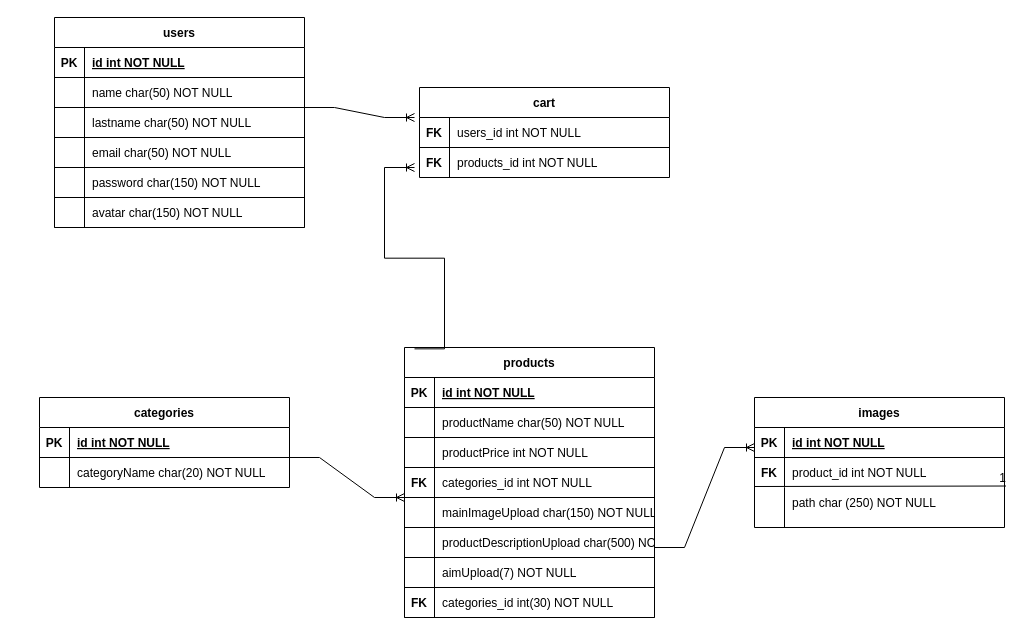
The draw.io diagram design/Untitled Diagram.drawio in sacifuentespa/grupo_8_ECommerce, before the edit. Source tidied: cells renumbered, new cells numbered last; positions are measured from the earlier drawing's top-left corner, leaving out a move shared by most shapes. Both pictures are drawn from the tidied source at 100%, with x=0, y=0 at pixel (39, 17).
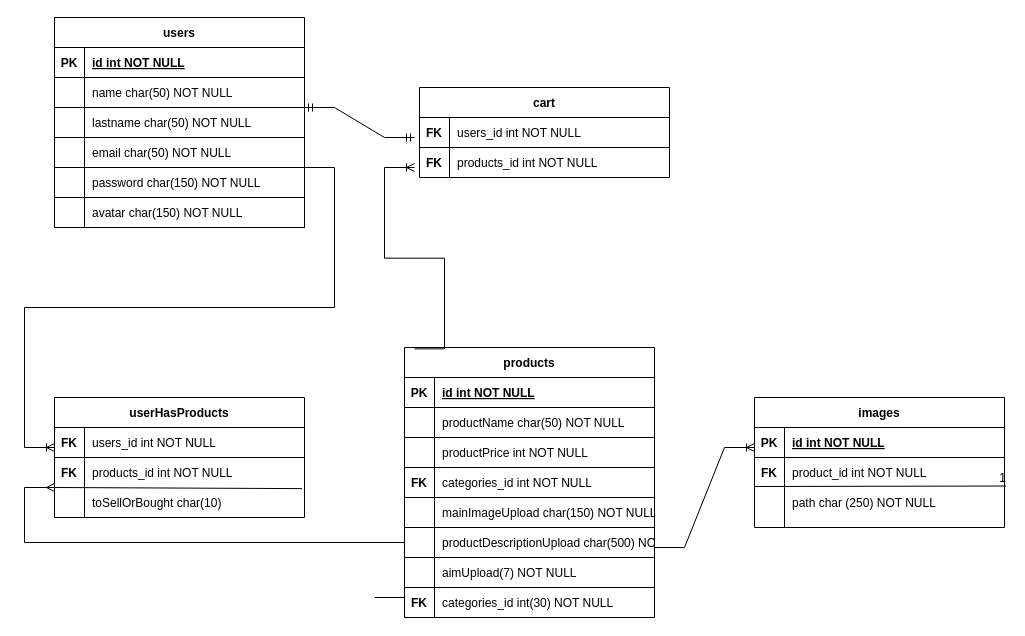
After the change.

What changed in the source:
```diff
@@
-    <mxCell id="46" value="categories" style="shape=table;startSize=30;childLayout=tableLayout;rowLines=0;fontStyle=1;align=center;" parent="1" vertex="1">
-      <mxGeometry y="380" width="250" height="90" as="geometry" />
-    </mxCell>
-    <mxCell id="47" style="shape=partialRectangle;fillColor=none;top=0;left=0;right=0;bottom=1;" parent="46" vertex="1">
-      <mxGeometry y="30" width="250" height="30" as="geometry" />
-    </mxCell>
-    <mxCell id="48" value="PK" style="shape=partialRectangle;overflow=hidden;fillColor=none;top=0;left=0;bottom=0;right=0;fontStyle=1;" parent="47" vertex="1">
-      <mxGeometry width="30" height="30" as="geometry" />
-    </mxCell>
-    <mxCell id="49" value="id int NOT NULL " style="shape=partialRectangle;overflow=hidden;fillColor=none;top=0;left=0;bottom=0;right=0;align=left;spacingLeft=6;fontStyle=5;" parent="47" vertex="1">
-      <mxGeometry x="30" width="220" height="30" as="geometry" />
-    </mxCell>
-    <mxCell id="50" style="shape=partialRectangle;fillColor=none;points=[[0,0.5],[1,0.5]];portConstraint=eastwest;top=0;left=0;right=0;bottom=0;" parent="46" vertex="1">
-      <mxGeometry y="60" width="250" height="30" as="geometry" />
-    </mxCell>
-    <mxCell id="51" style="shape=partialRectangle;overflow=hidden;fillColor=none;top=0;left=0;bottom=0;right=0;" parent="50" vertex="1">
-      <mxGeometry width="30" height="30" as="geometry" />
-    </mxCell>
-    <mxCell id="52" value="categoryName char(20) NOT NULL" style="shape=partialRectangle;overflow=hidden;fillColor=none;top=0;left=0;bottom=0;right=0;align=left;spacingLeft=6;" parent="50" vertex="1">
-      <mxGeometry x="30" width="220" height="30" as="geometry" />
-    </mxCell>
@@
-    <mxCell id="71" style="edgeStyle=entityRelationEdgeStyle;fontSize=12;html=1;endArrow=ERoneToMany;rounded=0;sketch=0;" parent="1" edge="1">
-      <mxGeometry relative="1" as="geometry">
-        <mxPoint x="265" y="90" as="sourcePoint" />
-        <mxPoint x="375" y="100" as="targetPoint" />
-      </mxGeometry>
-    </mxCell>
@@
-    <mxCell id="79" style="edgeStyle=entityRelationEdgeStyle;fontSize=12;html=1;endArrow=ERoneToMany;rounded=0;sketch=0;" parent="1" edge="1">
-      <mxGeometry relative="1" as="geometry">
-        <mxPoint x="250" y="440" as="sourcePoint" />
-        <mxPoint x="365" y="480" as="targetPoint" />
-      </mxGeometry>
-    </mxCell>
+    <mxCell id="80" style="edgeStyle=entityRelationEdgeStyle;fontSize=12;html=1;endArrow=ERmandOne;startArrow=ERmandOne;rounded=0;" parent="1" edge="1">
+      <mxGeometry relative="1" as="geometry">
+        <mxPoint x="265" y="90" as="sourcePoint" />
+        <mxPoint x="375" y="120" as="targetPoint" />
+      </mxGeometry>
+    </mxCell>
+    <mxCell id="81" value="userHasProducts" style="shape=table;startSize=30;childLayout=tableLayout;rowLines=0;fontStyle=1;align=center;" parent="1" vertex="1">
+      <mxGeometry x="15" y="380" width="250" height="120" as="geometry" />
+    </mxCell>
+    <mxCell id="47" style="shape=partialRectangle;fillColor=none;top=0;left=0;right=0;bottom=1;" parent="81" vertex="1">
+      <mxGeometry y="30" width="250" height="30" as="geometry" />
+    </mxCell>
+    <mxCell id="82" style="shape=partialRectangle;overflow=hidden;fillColor=none;top=0;left=0;bottom=0;right=0;fontStyle=1;" parent="47" vertex="1">
+      <mxGeometry width="30" height="30" as="geometry" />
+    </mxCell>
+    <mxCell id="83" value="users_id int NOT NULL        " style="shape=partialRectangle;overflow=hidden;fillColor=none;top=0;left=0;bottom=0;right=0;align=left;spacingLeft=6;fontStyle=0;" parent="47" vertex="1">
+      <mxGeometry x="30" width="220" height="30" as="geometry" />
+    </mxCell>
+    <mxCell id="50" style="shape=partialRectangle;fillColor=none;points=[[0,0.5],[1,0.5]];portConstraint=eastwest;top=0;left=0;right=0;bottom=0;" parent="81" vertex="1">
+      <mxGeometry y="60" width="250" height="30" as="geometry" />
+    </mxCell>
+    <mxCell id="51" style="shape=partialRectangle;overflow=hidden;fillColor=none;top=0;left=0;bottom=0;right=0;" parent="50" vertex="1">
+      <mxGeometry width="30" height="30" as="geometry" />
+    </mxCell>
+    <mxCell id="84" value="products_id int NOT NULL" style="shape=partialRectangle;overflow=hidden;fillColor=none;top=0;left=0;bottom=0;right=0;align=left;spacingLeft=6;" parent="50" vertex="1">
+      <mxGeometry x="30" width="220" height="30" as="geometry" />
+    </mxCell>
+    <mxCell id="85" value="FK" style="shape=partialRectangle;overflow=hidden;fillColor=none;top=0;left=0;bottom=0;right=0;fontStyle=1;" parent="1" vertex="1">
+      <mxGeometry x="15" y="410" width="30" height="30" as="geometry" />
+    </mxCell>
+    <mxCell id="86" value="FK" style="shape=partialRectangle;overflow=hidden;fillColor=none;top=0;left=0;bottom=0;right=0;fontStyle=1;" parent="1" vertex="1">
+      <mxGeometry x="15" y="440" width="30" height="30" as="geometry" />
+    </mxCell>
+    <mxCell id="87" style="edgeStyle=entityRelationEdgeStyle;fontSize=12;html=1;endArrow=ERoneToMany;rounded=0;" parent="1" edge="1">
+      <mxGeometry relative="1" as="geometry">
+        <mxPoint x="265" y="150" as="sourcePoint" />
+        <mxPoint x="15" y="430" as="targetPoint" />
+      </mxGeometry>
+    </mxCell>
+    <mxCell id="88" style="endArrow=none;html=1;rounded=0;entryX=0.99;entryY=1.037;entryDx=0;entryDy=0;entryPerimeter=0;" parent="1" edge="1" target="50">
+      <mxGeometry relative="1" as="geometry">
+        <mxPoint x="15" y="470" as="sourcePoint" />
+      </mxGeometry>
+    </mxCell>
+    <mxCell id="89" style="endArrow=none;html=1;rounded=0;" parent="1" edge="1">
+      <mxGeometry relative="1" as="geometry">
+        <mxPoint x="45" y="470" as="sourcePoint" />
+        <mxPoint x="45" y="500" as="targetPoint" />
+      </mxGeometry>
+    </mxCell>
+    <mxCell id="90" value="toSellOrBought char(10)" style="shape=partialRectangle;overflow=hidden;fillColor=none;top=0;left=0;bottom=0;right=0;align=left;spacingLeft=6;" parent="1" vertex="1">
+      <mxGeometry x="45" y="470" width="220" height="30" as="geometry" />
+    </mxCell>
+    <mxCell id="91" style="edgeStyle=entityRelationEdgeStyle;fontSize=12;html=1;endArrow=ERmany;rounded=0;" parent="1" edge="1">
+      <mxGeometry relative="1" as="geometry">
+        <mxPoint x="335" y="580" as="sourcePoint" />
+        <mxPoint x="15" y="470" as="targetPoint" />
+      </mxGeometry>
+    </mxCell>
```
